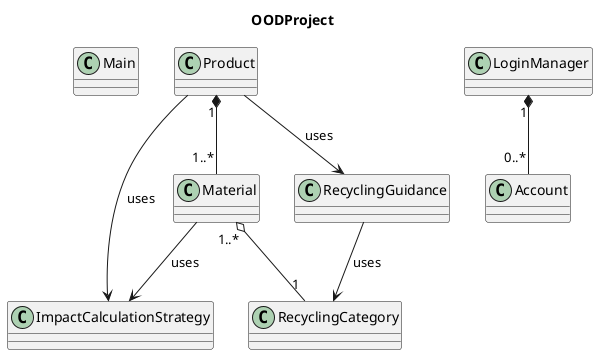
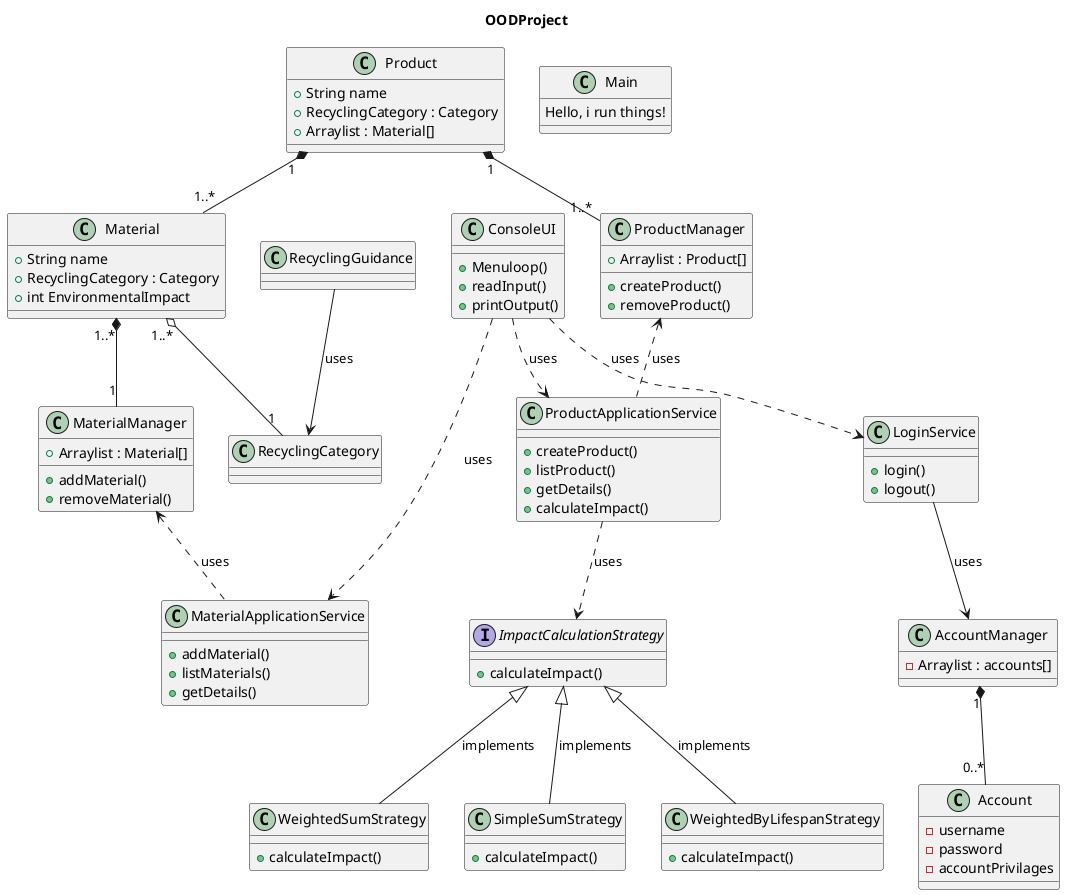
@startuml OODProject
title OODProject

+ Class ConsoleUI {
+    + Menuloop()
+    + readInput()
+    + printOutput()
+ 
+ }
+ 
Class Main {
+     Hello, i run things!
+ 
+ }
+ 
+ Class Material {
+    + String name
+    + RecyclingCategory : Category
+    + int EnvironmentalImpact
+ 
+ }
+ 
+ Class MaterialManager {
+     + Arraylist : Material[]
+     + addMaterial()
+     + removeMaterial()
+ 
+ }
+ 
+ Class MaterialApplicationService {
+     + addMaterial()
+     + listMaterials()
+     + getDetails()

}


Class Product {
+     + String name
+     + RecyclingCategory : Category
+     + Arraylist : Material[]

}

- Class Material {
+ Class ProductManager {
+     + Arraylist : Product[]
+     + createProduct()
+     + removeProduct()

}

- Class ImpactCalculationStrategy {
+ Class ProductApplicationService {
+     + createProduct()
+     + listProduct()
+     + getDetails()
+     + calculateImpact()
+ 
+ }
+ 
+ 
+ 
+ Interface ImpactCalculationStrategy {
+     + calculateImpact()
+ }
+ 
+ Class SimpleSumStrategy {
+     + calculateImpact()
+ 
+ 
+ }
+ 
+ Class WeightedByLifespanStrategy {
+     + calculateImpact()
+ 
+ }
+ 
+ Class WeightedSumStrategy {
+     + calculateImpact()

}

Class RecyclingGuidance  {

}

Class RecyclingCategory {

}

- Class LoginManager {
+ Class AccountManager {
+     - Arraylist : accounts[]

}

Class Account {
+     - username
+     - password
+     - accountPrivilages

}

+ Class LoginService {
+     + login()
+     + logout()
+ 
+ }
+ 
+ ConsoleUI ..> LoginService : uses
+ ConsoleUI ..> ProductApplicationService : uses
+ ConsoleUI ..> MaterialApplicationService : uses
+ MaterialManager <.. MaterialApplicationService : uses
Product"1" *-- "1..*"Material
- Product --> ImpactCalculationStrategy : uses
- Product --> RecyclingGuidance : uses
- Material --> ImpactCalculationStrategy : uses
- LoginManager "1" *-- "0..*" Account
+ Product"1" *-- "1..*"ProductManager
+ ProductManager <.. ProductApplicationService : uses
+ Material"1..*" *-- "1" MaterialManager
+ LoginService --> AccountManager : uses
+ AccountManager "1" *-- "0..*" Account
+ ImpactCalculationStrategy <|-- SimpleSumStrategy : implements
+ ImpactCalculationStrategy <|-- WeightedByLifespanStrategy : implements
+ ImpactCalculationStrategy <|-- WeightedSumStrategy : implements
+ ProductApplicationService ..> ImpactCalculationStrategy : uses
+ Material"1..*" o-- "1" RecyclingCategory
RecyclingGuidance --> RecyclingCategory : uses
- Material"1..*" o-- "1" RecyclingCategory
- @enduml+ @enduml
